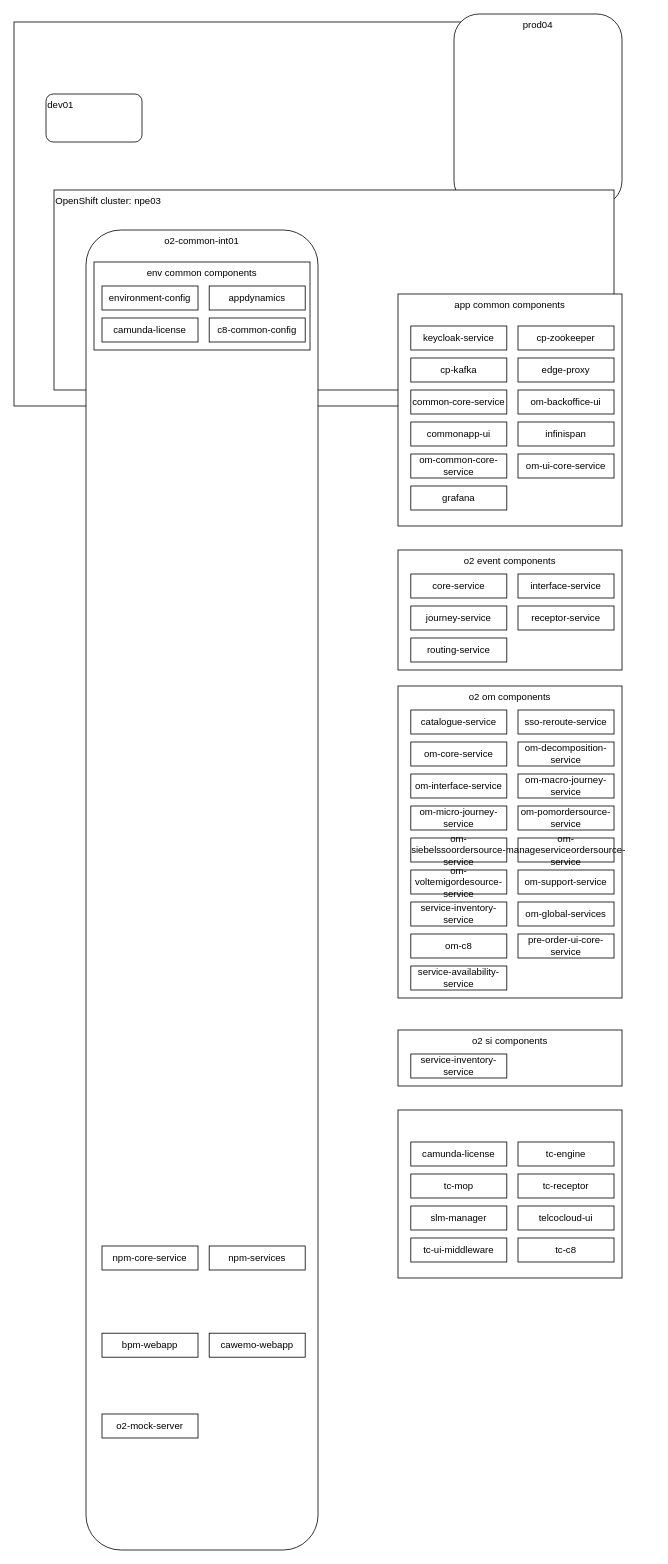
Above: sparknz_env.drawio in huangdgm/drawio (draw.io), before the change. Source tidied: cells renumbered, new cells numbered last; positions are measured from the earlier drawing's top-left corner, leaving out a move shared by most shapes. Both pictures are drawn from the tidied source at 80%, with x=0, y=0 at pixel (14, 14).
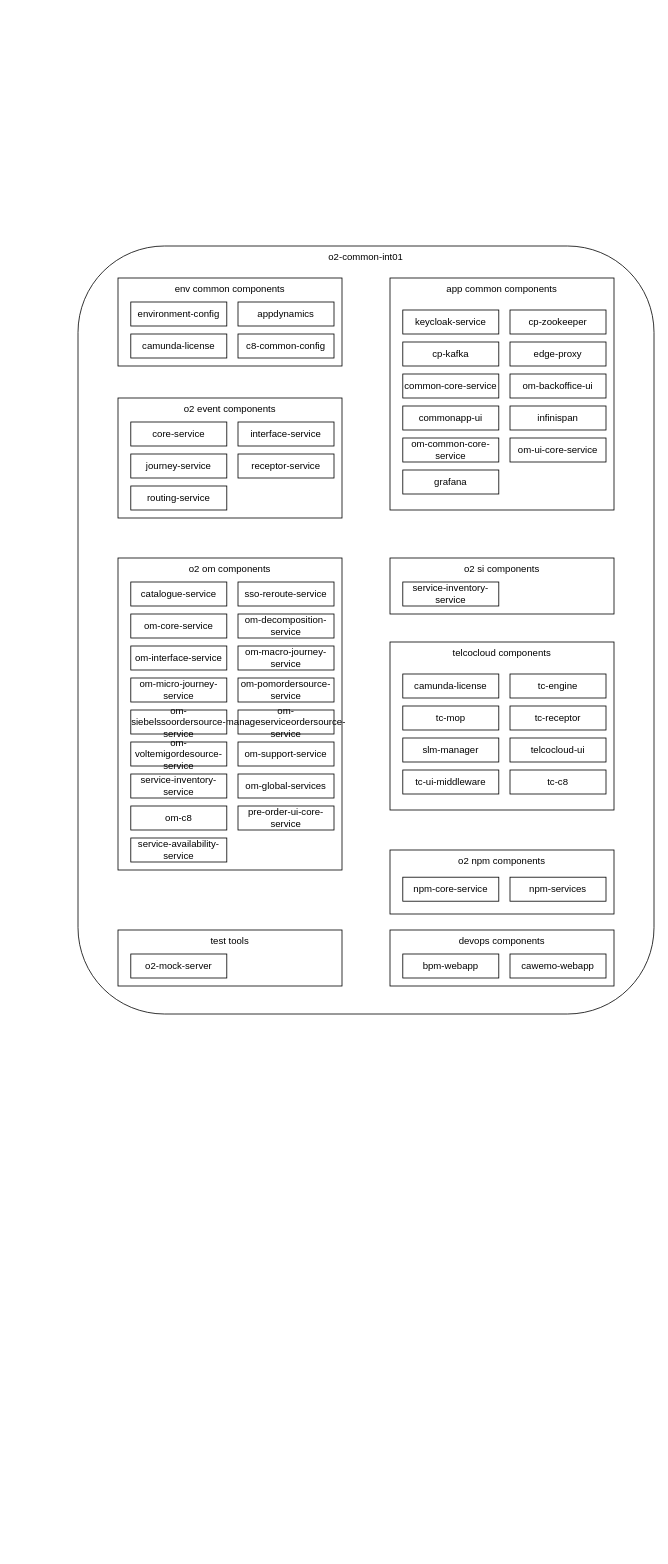
The same page after the edit.

Change to the diagram source:
```diff
@@
-    <mxCell id="2" style="rounded=0;whiteSpace=wrap;html=1;" parent="1" vertex="1">
-      <mxGeometry y="10" width="660" height="480" as="geometry" />
-    </mxCell>
-    <mxCell id="3" value="dev01" style="rounded=1;whiteSpace=wrap;html=1;verticalAlign=top;align=left;" parent="1" vertex="1">
-      <mxGeometry x="40" y="100" width="120" height="60" as="geometry" />
-    </mxCell>
-    <mxCell id="4" value="prod04" style="rounded=1;whiteSpace=wrap;html=1;align=center;verticalAlign=top;" parent="1" vertex="1">
-      <mxGeometry x="550" width="210" height="240" as="geometry" />
-    </mxCell>
-    <mxCell id="5" value="&lt;span style=&quot;color: rgb(0, 0, 0); font-family: Helvetica; font-size: 12px; font-style: normal; font-variant-ligatures: normal; font-variant-caps: normal; font-weight: 400; letter-spacing: normal; orphans: 2; text-indent: 0px; text-transform: none; widows: 2; word-spacing: 0px; -webkit-text-stroke-width: 0px; background-color: rgb(251, 251, 251); text-decoration-thickness: initial; text-decoration-style: initial; text-decoration-color: initial; float: none; display: inline !important;&quot;&gt;OpenShift cluster: npe03&lt;/span&gt;" style="rounded=0;whiteSpace=wrap;html=1;align=left;verticalAlign=top;" parent="1" vertex="1">
-      <mxGeometry x="50" y="220" width="700" height="250" as="geometry" />
-    </mxCell>
     <mxCell id="6" value="o2-common-int01" style="rounded=1;whiteSpace=wrap;html=1;verticalAlign=top;" parent="1" vertex="1">
-      <mxGeometry x="90" y="270" width="290" height="1650" as="geometry" />
+      <mxGeometry x="80" y="290" width="720" height="960" as="geometry" />
     </mxCell>
     <mxCell id="7" value="env common components" style="rounded=0;whiteSpace=wrap;html=1;verticalAlign=top;" parent="1" vertex="1">
-      <mxGeometry x="100" y="310" width="270" height="110" as="geometry" />
+      <mxGeometry x="130" y="330" width="280" height="110" as="geometry" />
     </mxCell>
-    <mxCell id="8" value="npm-core-service" style="rounded=0;whiteSpace=wrap;html=1;" parent="1" vertex="1">
-      <mxGeometry x="110" y="1540" width="120" height="30" as="geometry" />
-    </mxCell>
-    <mxCell id="9" value="npm-services" style="rounded=0;whiteSpace=wrap;html=1;" parent="1" vertex="1">
-      <mxGeometry x="244" y="1540" width="120" height="30" as="geometry" />
-    </mxCell>
-    <mxCell id="10" value="bpm-webapp" style="rounded=0;whiteSpace=wrap;html=1;" parent="1" vertex="1">
-      <mxGeometry x="110" y="1649" width="120" height="30" as="geometry" />
-    </mxCell>
-    <mxCell id="11" value="cawemo-webapp" style="rounded=0;whiteSpace=wrap;html=1;" parent="1" vertex="1">
-      <mxGeometry x="244" y="1649" width="120" height="30" as="geometry" />
-    </mxCell>
-    <mxCell id="12" value="o2-mock-server" style="rounded=0;whiteSpace=wrap;html=1;" parent="1" vertex="1">
-      <mxGeometry x="110" y="1750" width="120" height="30" as="geometry" />
-    </mxCell>
     <mxCell id="13" value="environment-config" style="rounded=0;whiteSpace=wrap;html=1;" parent="1" vertex="1">
-      <mxGeometry x="110" y="340" width="120" height="30" as="geometry" />
+      <mxGeometry x="146" y="360" width="120" height="30" as="geometry" />
     </mxCell>
     <mxCell id="14" value="appdynamics" style="rounded=0;whiteSpace=wrap;html=1;" parent="1" vertex="1">
-      <mxGeometry x="244" y="340" width="120" height="30" as="geometry" />
+      <mxGeometry x="280" y="360" width="120" height="30" as="geometry" />
     </mxCell>
     <mxCell id="15" value="camunda-license" style="rounded=0;whiteSpace=wrap;html=1;" parent="1" vertex="1">
-      <mxGeometry x="110" y="380" width="120" height="30" as="geometry" />
+      <mxGeometry x="146" y="400" width="120" height="30" as="geometry" />
     </mxCell>
     <mxCell id="16" value="c8-common-config" style="rounded=0;whiteSpace=wrap;html=1;" parent="1" vertex="1">
-      <mxGeometry x="244" y="380" width="120" height="30" as="geometry" />
+      <mxGeometry x="280" y="400" width="120" height="30" as="geometry" />
     </mxCell>
     <mxCell id="17" value="app common components" style="rounded=0;whiteSpace=wrap;html=1;verticalAlign=top;" parent="1" vertex="1">
-      <mxGeometry x="480" y="350" width="280" height="290" as="geometry" />
+      <mxGeometry x="470" y="330" width="280" height="290" as="geometry" />
     </mxCell>
     <mxCell id="18" value="cp-zookeeper" style="rounded=0;whiteSpace=wrap;html=1;" parent="1" vertex="1">
-      <mxGeometry x="630" y="390" width="120" height="30" as="geometry" />
+      <mxGeometry x="620" y="370" width="120" height="30" as="geometry" />
     </mxCell>
     <mxCell id="19" value="keycloak-service" style="rounded=0;whiteSpace=wrap;html=1;" parent="1" vertex="1">
-      <mxGeometry x="496" y="390" width="120" height="30" as="geometry" />
+      <mxGeometry x="486" y="370" width="120" height="30" as="geometry" />
     </mxCell>
     <mxCell id="20" value="cp-kafka" style="rounded=0;whiteSpace=wrap;html=1;" parent="1" vertex="1">
-      <mxGeometry x="496" y="430" width="120" height="30" as="geometry" />
+      <mxGeometry x="486" y="410" width="120" height="30" as="geometry" />
     </mxCell>
     <mxCell id="21" value="edge-proxy" style="rounded=0;whiteSpace=wrap;html=1;" parent="1" vertex="1">
-      <mxGeometry x="630" y="430" width="120" height="30" as="geometry" />
+      <mxGeometry x="620" y="410" width="120" height="30" as="geometry" />
     </mxCell>
     <mxCell id="22" value="common-core-service" style="rounded=0;whiteSpace=wrap;html=1;" parent="1" vertex="1">
-      <mxGeometry x="496" y="470" width="120" height="30" as="geometry" />
+      <mxGeometry x="486" y="450" width="120" height="30" as="geometry" />
     </mxCell>
     <mxCell id="23" value="om-backoffice-ui" style="rounded=0;whiteSpace=wrap;html=1;" parent="1" vertex="1">
-      <mxGeometry x="630" y="470" width="120" height="30" as="geometry" />
+      <mxGeometry x="620" y="450" width="120" height="30" as="geometry" />
     </mxCell>
     <mxCell id="24" value="commonapp-ui" style="rounded=0;whiteSpace=wrap;html=1;" parent="1" vertex="1">
-      <mxGeometry x="496" y="510" width="120" height="30" as="geometry" />
+      <mxGeometry x="486" y="490" width="120" height="30" as="geometry" />
     </mxCell>
     <mxCell id="25" value="infinispan" style="rounded=0;whiteSpace=wrap;html=1;" parent="1" vertex="1">
-      <mxGeometry x="630" y="510" width="120" height="30" as="geometry" />
+      <mxGeometry x="620" y="490" width="120" height="30" as="geometry" />
     </mxCell>
     <mxCell id="26" value="om-common-core-service" style="rounded=0;whiteSpace=wrap;html=1;" parent="1" vertex="1">
-      <mxGeometry x="496" y="550" width="120" height="30" as="geometry" />
+      <mxGeometry x="486" y="530" width="120" height="30" as="geometry" />
     </mxCell>
     <mxCell id="27" value="om-ui-core-service" style="rounded=0;whiteSpace=wrap;html=1;" parent="1" vertex="1">
-      <mxGeometry x="630" y="550" width="120" height="30" as="geometry" />
+      <mxGeometry x="620" y="530" width="120" height="30" as="geometry" />
     </mxCell>
     <mxCell id="28" value="grafana" style="rounded=0;whiteSpace=wrap;html=1;" parent="1" vertex="1">
-      <mxGeometry x="496" y="590" width="120" height="30" as="geometry" />
+      <mxGeometry x="486" y="570" width="120" height="30" as="geometry" />
     </mxCell>
     <mxCell id="29" value="o2 event components" style="rounded=0;whiteSpace=wrap;html=1;verticalAlign=top;" parent="1" vertex="1">
-      <mxGeometry x="480" y="670" width="280" height="150" as="geometry" />
+      <mxGeometry x="130" y="480" width="280" height="150" as="geometry" />
     </mxCell>
     <mxCell id="30" value="routing-service" style="rounded=0;whiteSpace=wrap;html=1;" parent="1" vertex="1">
-      <mxGeometry x="496" y="780" width="120" height="30" as="geometry" />
+      <mxGeometry x="146" y="590" width="120" height="30" as="geometry" />
     </mxCell>
     <mxCell id="31" value="receptor-service" style="rounded=0;whiteSpace=wrap;html=1;" parent="1" vertex="1">
-      <mxGeometry x="630" y="740" width="120" height="30" as="geometry" />
+      <mxGeometry x="280" y="550" width="120" height="30" as="geometry" />
     </mxCell>
     <mxCell id="32" value="journey-service" style="rounded=0;whiteSpace=wrap;html=1;" parent="1" vertex="1">
-      <mxGeometry x="496" y="740" width="120" height="30" as="geometry" />
+      <mxGeometry x="146" y="550" width="120" height="30" as="geometry" />
     </mxCell>
     <mxCell id="33" value="core-service" style="rounded=0;whiteSpace=wrap;html=1;" parent="1" vertex="1">
-      <mxGeometry x="496" y="700" width="120" height="30" as="geometry" />
+      <mxGeometry x="146" y="510" width="120" height="30" as="geometry" />
     </mxCell>
     <mxCell id="34" value="interface-service" style="rounded=0;whiteSpace=wrap;html=1;" parent="1" vertex="1">
-      <mxGeometry x="630" y="700" width="120" height="30" as="geometry" />
+      <mxGeometry x="280" y="510" width="120" height="30" as="geometry" />
     </mxCell>
     <mxCell id="35" value="o2 om components" style="rounded=0;whiteSpace=wrap;html=1;verticalAlign=top;" parent="1" vertex="1">
-      <mxGeometry x="480" y="840" width="280" height="390" as="geometry" />
+      <mxGeometry x="130" y="680" width="280" height="390" as="geometry" />
     </mxCell>
     <mxCell id="36" value="service-availability-service" style="rounded=0;whiteSpace=wrap;html=1;" parent="1" vertex="1">
-      <mxGeometry x="496" y="1190" width="120" height="30" as="geometry" />
+      <mxGeometry x="146" y="1030" width="120" height="30" as="geometry" />
     </mxCell>
     <mxCell id="37" value="pre-order-ui-core-service" style="rounded=0;whiteSpace=wrap;html=1;" parent="1" vertex="1">
-      <mxGeometry x="630" y="1150" width="120" height="30" as="geometry" />
+      <mxGeometry x="280" y="990" width="120" height="30" as="geometry" />
     </mxCell>
     <mxCell id="38" value="om-c8" style="rounded=0;whiteSpace=wrap;html=1;" parent="1" vertex="1">
-      <mxGeometry x="496" y="1150" width="120" height="30" as="geometry" />
+      <mxGeometry x="146" y="990" width="120" height="30" as="geometry" />
     </mxCell>
     <mxCell id="39" value="om-global-services" style="rounded=0;whiteSpace=wrap;html=1;" parent="1" vertex="1">
-      <mxGeometry x="630" y="1110" width="120" height="30" as="geometry" />
+      <mxGeometry x="280" y="950" width="120" height="30" as="geometry" />
     </mxCell>
     <mxCell id="40" value="service-inventory-service" style="rounded=0;whiteSpace=wrap;html=1;" parent="1" vertex="1">
-      <mxGeometry x="496" y="1110" width="120" height="30" as="geometry" />
+      <mxGeometry x="146" y="950" width="120" height="30" as="geometry" />
     </mxCell>
     <mxCell id="41" value="om-support-service" style="rounded=0;whiteSpace=wrap;html=1;" parent="1" vertex="1">
-      <mxGeometry x="630" y="1070" width="120" height="30" as="geometry" />
+      <mxGeometry x="280" y="910" width="120" height="30" as="geometry" />
     </mxCell>
     <mxCell id="42" value="om-voltemigordesource-service" style="rounded=0;whiteSpace=wrap;html=1;" parent="1" vertex="1">
-      <mxGeometry x="496" y="1070" width="120" height="30" as="geometry" />
+      <mxGeometry x="146" y="910" width="120" height="30" as="geometry" />
     </mxCell>
     <mxCell id="43" value="om-manageserviceordersource-service" style="rounded=0;whiteSpace=wrap;html=1;" parent="1" vertex="1">
-      <mxGeometry x="630" y="1030" width="120" height="30" as="geometry" />
+      <mxGeometry x="280" y="870" width="120" height="30" as="geometry" />
     </mxCell>
     <mxCell id="44" value="om-siebelssoordersource-service" style="rounded=0;whiteSpace=wrap;html=1;" parent="1" vertex="1">
-      <mxGeometry x="496" y="1030" width="120" height="30" as="geometry" />
+      <mxGeometry x="146" y="870" width="120" height="30" as="geometry" />
     </mxCell>
     <mxCell id="45" value="om-pomordersource-service" style="rounded=0;whiteSpace=wrap;html=1;" parent="1" vertex="1">
-      <mxGeometry x="630" y="990" width="120" height="30" as="geometry" />
+      <mxGeometry x="280" y="830" width="120" height="30" as="geometry" />
     </mxCell>
     <mxCell id="46" value="om-micro-journey-service" style="rounded=0;whiteSpace=wrap;html=1;" parent="1" vertex="1">
-      <mxGeometry x="496" y="990" width="120" height="30" as="geometry" />
+      <mxGeometry x="146" y="830" width="120" height="30" as="geometry" />
     </mxCell>
     <mxCell id="47" value="om-macro-journey-service" style="rounded=0;whiteSpace=wrap;html=1;" parent="1" vertex="1">
-      <mxGeometry x="630" y="950" width="120" height="30" as="geometry" />
+      <mxGeometry x="280" y="790" width="120" height="30" as="geometry" />
     </mxCell>
     <mxCell id="48" value="om-interface-service" style="rounded=0;whiteSpace=wrap;html=1;" parent="1" vertex="1">
-      <mxGeometry x="496" y="950" width="120" height="30" as="geometry" />
+      <mxGeometry x="146" y="790" width="120" height="30" as="geometry" />
     </mxCell>
     <mxCell id="49" value="om-decomposition-service" style="rounded=0;whiteSpace=wrap;html=1;" parent="1" vertex="1">
-      <mxGeometry x="630" y="910" width="120" height="30" as="geometry" />
+      <mxGeometry x="280" y="750" width="120" height="30" as="geometry" />
     </mxCell>
     <mxCell id="50" value="om-core-service" style="rounded=0;whiteSpace=wrap;html=1;" parent="1" vertex="1">
-      <mxGeometry x="496" y="910" width="120" height="30" as="geometry" />
+      <mxGeometry x="146" y="750" width="120" height="30" as="geometry" />
     </mxCell>
     <mxCell id="51" value="sso-reroute-service" style="rounded=0;whiteSpace=wrap;html=1;" parent="1" vertex="1">
-      <mxGeometry x="630" y="870" width="120" height="30" as="geometry" />
+      <mxGeometry x="280" y="710" width="120" height="30" as="geometry" />
     </mxCell>
     <mxCell id="52" value="catalogue-service" style="rounded=0;whiteSpace=wrap;html=1;" parent="1" vertex="1">
-      <mxGeometry x="496" y="870" width="120" height="30" as="geometry" />
+      <mxGeometry x="146" y="710" width="120" height="30" as="geometry" />
     </mxCell>
     <mxCell id="53" value="o2 si components" style="rounded=0;whiteSpace=wrap;html=1;verticalAlign=top;" parent="1" vertex="1">
-      <mxGeometry x="480" y="1270" width="280" height="70" as="geometry" />
+      <mxGeometry x="470" y="680" width="280" height="70" as="geometry" />
     </mxCell>
     <mxCell id="54" value="service-inventory-service" style="rounded=0;whiteSpace=wrap;html=1;" parent="1" vertex="1">
-      <mxGeometry x="496" y="1300" width="120" height="30" as="geometry" />
+      <mxGeometry x="486" y="710" width="120" height="30" as="geometry" />
     </mxCell>
-    <mxCell id="55" style="rounded=0;whiteSpace=wrap;html=1;" parent="1" vertex="1">
-      <mxGeometry x="480" y="1370" width="280" height="210" as="geometry" />
+    <mxCell id="55" value="telcocloud components" style="rounded=0;whiteSpace=wrap;html=1;verticalAlign=top;" parent="1" vertex="1">
+      <mxGeometry x="470" y="785" width="280" height="210" as="geometry" />
     </mxCell>
     <mxCell id="56" value="camunda-license" style="rounded=0;whiteSpace=wrap;html=1;" parent="1" vertex="1">
-      <mxGeometry x="496" y="1410" width="120" height="30" as="geometry" />
+      <mxGeometry x="486" y="825" width="120" height="30" as="geometry" />
     </mxCell>
     <mxCell id="57" value="tc-engine" style="rounded=0;whiteSpace=wrap;html=1;" parent="1" vertex="1">
-      <mxGeometry x="630" y="1410" width="120" height="30" as="geometry" />
+      <mxGeometry x="620" y="825" width="120" height="30" as="geometry" />
     </mxCell>
     <mxCell id="58" value="tc-mop" style="rounded=0;whiteSpace=wrap;html=1;" parent="1" vertex="1">
-      <mxGeometry x="496" y="1450" width="120" height="30" as="geometry" />
+      <mxGeometry x="486" y="865" width="120" height="30" as="geometry" />
     </mxCell>
     <mxCell id="59" value="tc-receptor" style="rounded=0;whiteSpace=wrap;html=1;" parent="1" vertex="1">
-      <mxGeometry x="630" y="1450" width="120" height="30" as="geometry" />
+      <mxGeometry x="620" y="865" width="120" height="30" as="geometry" />
     </mxCell>
     <mxCell id="60" value="slm-manager" style="rounded=0;whiteSpace=wrap;html=1;" parent="1" vertex="1">
-      <mxGeometry x="496" y="1490" width="120" height="30" as="geometry" />
+      <mxGeometry x="486" y="905" width="120" height="30" as="geometry" />
     </mxCell>
     <mxCell id="61" value="telcocloud-ui" style="rounded=0;whiteSpace=wrap;html=1;" parent="1" vertex="1">
-      <mxGeometry x="630" y="1490" width="120" height="30" as="geometry" />
+      <mxGeometry x="620" y="905" width="120" height="30" as="geometry" />
     </mxCell>
     <mxCell id="62" value="tc-ui-middleware" style="rounded=0;whiteSpace=wrap;html=1;" parent="1" vertex="1">
-      <mxGeometry x="496" y="1530" width="120" height="30" as="geometry" />
+      <mxGeometry x="486" y="945" width="120" height="30" as="geometry" />
     </mxCell>
     <mxCell id="63" value="tc-c8" style="rounded=0;whiteSpace=wrap;html=1;" parent="1" vertex="1">
-      <mxGeometry x="630" y="1530" width="120" height="30" as="geometry" />
+      <mxGeometry x="620" y="945" width="120" height="30" as="geometry" />
     </mxCell>
+    <mxCell id="64" value="o2 npm components" style="rounded=0;whiteSpace=wrap;html=1;verticalAlign=top;" parent="1" vertex="1">
+      <mxGeometry x="470" y="1045" width="280" height="80" as="geometry" />
+    </mxCell>
+    <mxCell id="8" value="npm-core-service" style="rounded=0;whiteSpace=wrap;html=1;" parent="1" vertex="1">
+      <mxGeometry x="486" y="1079" width="120" height="30" as="geometry" />
+    </mxCell>
+    <mxCell id="9" value="npm-services" style="rounded=0;whiteSpace=wrap;html=1;" parent="1" vertex="1">
+      <mxGeometry x="620" y="1079" width="120" height="30" as="geometry" />
+    </mxCell>
+    <mxCell id="65" value="devops components" style="rounded=0;whiteSpace=wrap;html=1;verticalAlign=top;" parent="1" vertex="1">
+      <mxGeometry x="470" y="1145" width="280" height="70" as="geometry" />
+    </mxCell>
+    <mxCell id="10" value="bpm-webapp" style="rounded=0;whiteSpace=wrap;html=1;" parent="1" vertex="1">
+      <mxGeometry x="486" y="1175" width="120" height="30" as="geometry" />
+    </mxCell>
+    <mxCell id="11" value="cawemo-webapp" style="rounded=0;whiteSpace=wrap;html=1;" parent="1" vertex="1">
+      <mxGeometry x="620" y="1175" width="120" height="30" as="geometry" />
+    </mxCell>
+    <mxCell id="66" value="test tools" style="rounded=0;whiteSpace=wrap;html=1;verticalAlign=top;" parent="1" vertex="1">
+      <mxGeometry x="130" y="1145" width="280" height="70" as="geometry" />
+    </mxCell>
+    <mxCell id="12" value="o2-mock-server" style="rounded=0;whiteSpace=wrap;html=1;" parent="1" vertex="1">
+      <mxGeometry x="146" y="1175" width="120" height="30" as="geometry" />
+    </mxCell>
```
